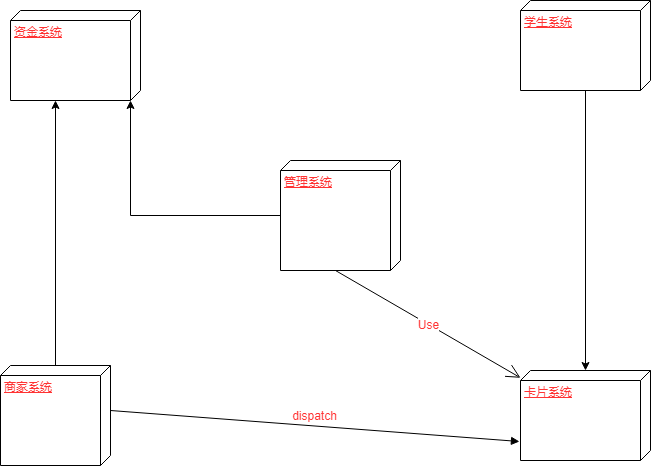
The draw.io diagram week01/组件图.png in xiaozhubao/jg, before a commit. Source tidied: cells renumbered, new cells last; positions are measured from the earlier drawing's top-left corner, leaving out a move shared by most shapes.
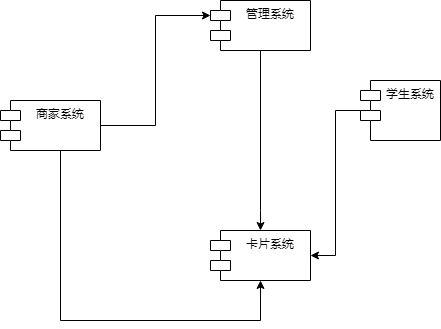
Later version of the same file.

Commit message:
更新组件图.png

Change to the diagram source:
```diff
@@ -2,37 +2,38 @@
   <root>
     <mxCell id="0" />
     <mxCell id="1" parent="0" />
-    <mxCell id="2" style="edgeStyle=orthogonalEdgeStyle;rounded=0;jettySize=auto;html=1;entryX=0;entryY=0;entryDx=90;entryDy=10;entryPerimeter=0;fontColor=#FF3333;" parent="1" edge="1" source="3" target="4">
-      <mxGeometry relative="1" as="geometry" />
-    </mxCell>
+    <mxCell id="12" style="edgeStyle=orthogonalEdgeStyle;rounded=0;jettySize=auto;html=1;entryX=0;entryY=0;entryDx=0;entryDy=15;entryPerimeter=0;" parent="1" edge="1" source="6" target="3">
+      <mxGeometry relative="1" as="geometry" />
+    </mxCell>
+    <mxCell id="11" style="edgeStyle=orthogonalEdgeStyle;rounded=0;jettySize=auto;html=1;entryX=0.5;entryY=1;entryDx=0;entryDy=0;" parent="1" edge="1" source="6" target="9">
+      <mxGeometry relative="1" as="geometry">
+        <Array as="points">
+          <mxPoint x="70" y="430" />
+          <mxPoint x="270" y="430" />
+        </Array>
+      </mxGeometry>
+    </mxCell>
+    <mxCell id="6" value="商家系统" style="shape=module;align=left;spacingLeft=20;align=center;verticalAlign=top;" parent="1" vertex="1">
+      <mxGeometry x="10" y="210" width="100" height="50" as="geometry" />
+    </mxCell>
+    <mxCell id="10" style="edgeStyle=orthogonalEdgeStyle;rounded=0;jettySize=auto;html=1;entryX=0.5;entryY=0;entryDx=0;entryDy=0;" parent="1" edge="1" source="3" target="9">
+      <mxGeometry relative="1" as="geometry">
+        <Array as="points">
+          <mxPoint x="270" y="320" />
+        </Array>
+      </mxGeometry>
+    </mxCell>
-    <mxCell id="3" value="管理系统" style="verticalAlign=top;align=left;spacingTop=8;spacingLeft=2;spacingRight=12;shape=cube;size=10;direction=south;fontStyle=4;html=1;fontColor=#FF3333;" parent="1" vertex="1">
-      <mxGeometry x="280" y="160" width="120" height="110" as="geometry" />
+    <mxCell id="3" value="管理系统" style="shape=module;align=left;spacingLeft=20;align=center;verticalAlign=top;" parent="1" vertex="1">
+      <mxGeometry x="220" y="110" width="100" height="50" as="geometry" />
     </mxCell>
-    <mxCell id="4" value="资金系统" style="verticalAlign=top;align=left;spacingTop=8;spacingLeft=2;spacingRight=12;shape=cube;size=10;direction=south;fontStyle=4;html=1;fontColor=#FF3333;" parent="1" vertex="1">
-      <mxGeometry x="10" y="10" width="130" height="90" as="geometry" />
-    </mxCell>
-    <mxCell id="5" style="edgeStyle=orthogonalEdgeStyle;rounded=0;jettySize=auto;html=1;fontColor=#FF3333;" parent="1" edge="1" source="6">
-      <mxGeometry relative="1" as="geometry">
-        <mxPoint x="55" y="100" as="targetPoint" />
-      </mxGeometry>
-    </mxCell>
-    <mxCell id="6" value="商家系统" style="verticalAlign=top;align=left;spacingTop=8;spacingLeft=2;spacingRight=12;shape=cube;size=10;direction=south;fontStyle=4;html=1;fontColor=#FF3333;" parent="1" vertex="1">
-      <mxGeometry y="365" width="110" height="100" as="geometry" />
-    </mxCell>
-    <mxCell id="7" style="edgeStyle=orthogonalEdgeStyle;rounded=0;jettySize=auto;html=1;fontColor=#FF3333;" parent="1" edge="1" source="8" target="9">
+    <mxCell id="7" style="edgeStyle=orthogonalEdgeStyle;rounded=0;jettySize=auto;html=1;entryX=1;entryY=0.5;entryDx=0;entryDy=0;" parent="1" edge="1" source="8" target="9">
       <mxGeometry relative="1" as="geometry" />
     </mxCell>
-    <mxCell id="8" value="学生系统" style="verticalAlign=top;align=left;spacingTop=8;spacingLeft=2;spacingRight=12;shape=cube;size=10;direction=south;fontStyle=4;html=1;fontColor=#FF3333;" parent="1" vertex="1">
-      <mxGeometry x="520" width="130" height="90" as="geometry" />
+    <mxCell id="8" value="学生系统" style="shape=module;align=left;spacingLeft=20;align=center;verticalAlign=top;" parent="1" vertex="1">
+      <mxGeometry x="370" y="190" width="80" height="60" as="geometry" />
     </mxCell>
-    <mxCell id="9" value="卡片系统" style="verticalAlign=top;align=left;spacingTop=8;spacingLeft=2;spacingRight=12;shape=cube;size=10;direction=south;fontStyle=4;html=1;fontColor=#FF3333;" parent="1" vertex="1">
-      <mxGeometry x="520" y="370" width="130" height="90" as="geometry" />
+    <mxCell id="9" value="卡片系统" style="shape=module;align=left;spacingLeft=20;align=center;verticalAlign=top;" parent="1" vertex="1">
+      <mxGeometry x="220" y="340" width="100" height="50" as="geometry" />
     </mxCell>
-    <mxCell id="10" value="Use" style="endArrow=open;endSize=12;html=1;fontColor=#FF3333;exitX=0;exitY=0;exitDx=110;exitDy=65;exitPerimeter=0;" parent="1" edge="1" source="3" target="9">
-      <mxGeometry relative="1" as="geometry" />
-    </mxCell>
-    <mxCell id="11" value="dispatch" style="html=1;verticalAlign=bottom;endArrow=block;fontColor=#FF3333;entryX=0.789;entryY=1.008;entryDx=0;entryDy=0;entryPerimeter=0;exitX=0;exitY=0;exitDx=45;exitDy=0;exitPerimeter=0;" parent="1" edge="1" source="6" target="9">
-      <mxGeometry relative="1" as="geometry" />
-    </mxCell>
   </root>
 </mxGraphModel>
```
